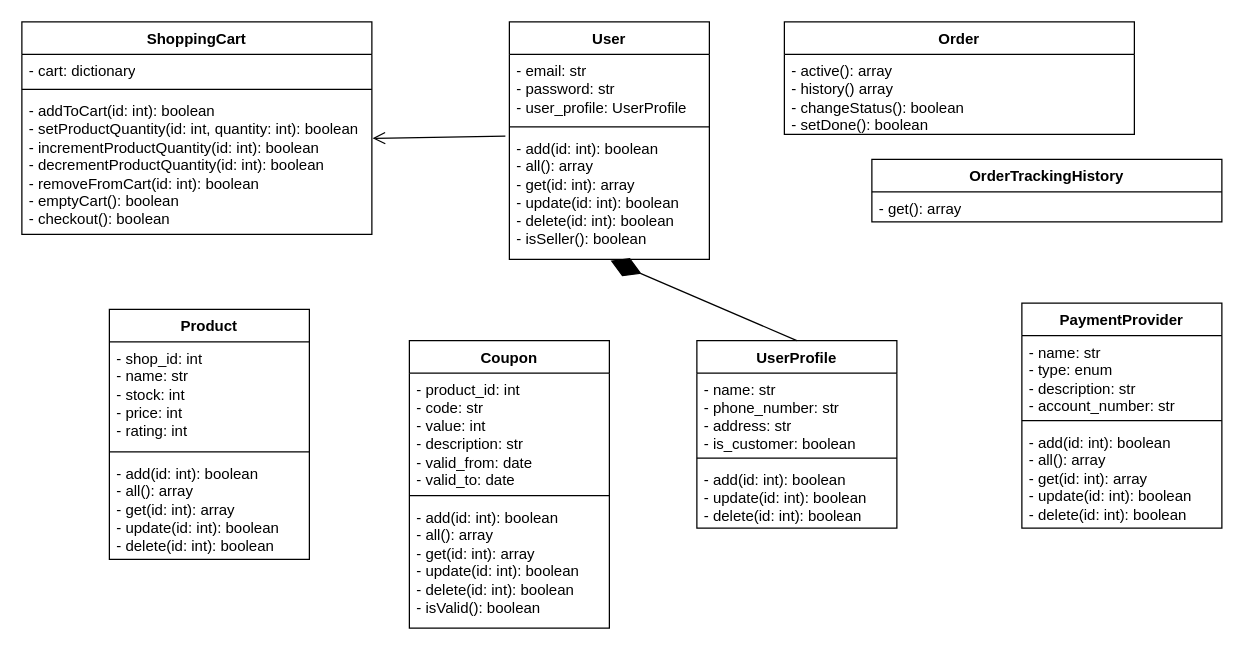
The draw.io diagram Class diagram.drawio in redorgs/luxe-crafted, before the edit. Source tidied: cells renumbered, new cells numbered last; positions are measured from the earlier drawing's top-left corner, leaving out a move shared by most shapes. Both pictures are drawn from the tidied source at 125%, with x=0, y=0 at pixel (21, 21).
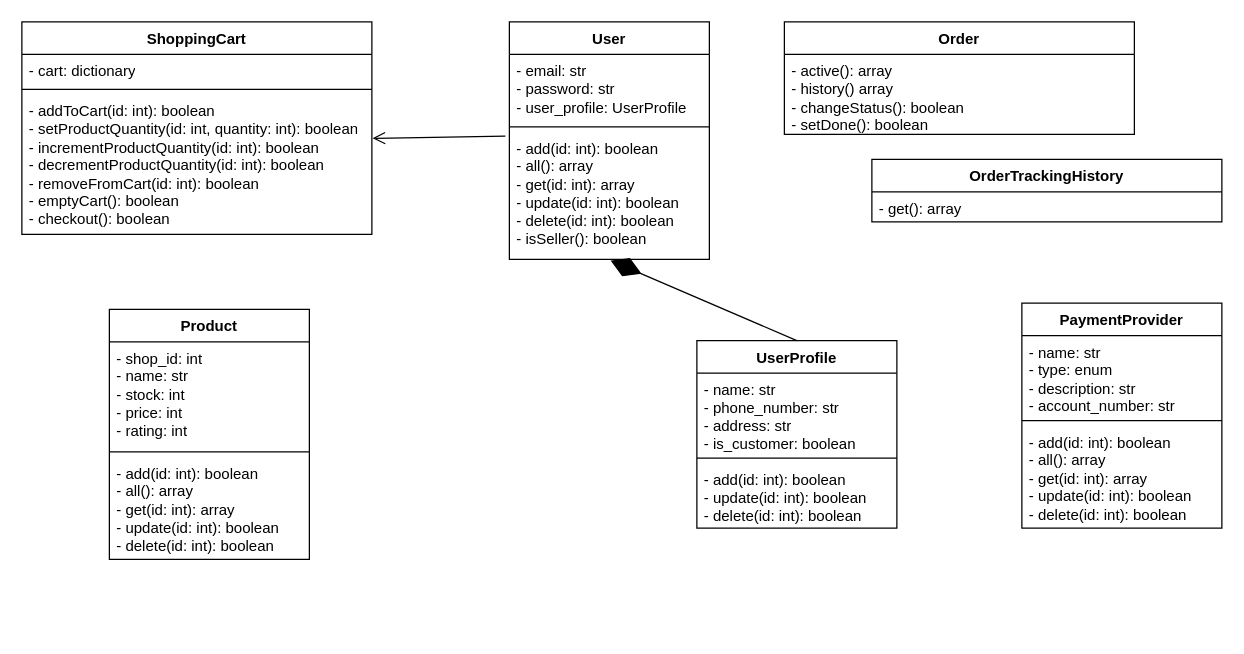
The same page after the edit.

Change to the diagram source:
```diff
@@
-    <mxCell id="28" value="Coupon" style="swimlane;fontStyle=1;align=center;verticalAlign=top;horizontal=1;startSize=26;whiteSpace=wrap;html=1;" parent="1" vertex="1">
-      <mxGeometry x="310" y="255" width="160" height="230" as="geometry" />
-    </mxCell>
-    <mxCell id="29" value="&lt;div&gt;- product_id: int&lt;/div&gt;&lt;div&gt;- code: str&lt;/div&gt;&lt;div&gt;- value: int&lt;/div&gt;&lt;div&gt;- description: str&lt;/div&gt;&lt;div&gt;- valid_from: date&lt;/div&gt;&lt;div&gt;- valid_to: date&lt;br&gt;&lt;/div&gt;" style="text;strokeColor=none;fillColor=none;align=left;verticalAlign=top;spacingLeft=4;spacingRight=4;overflow=hidden;whiteSpace=wrap;html=1;" parent="28" vertex="1">
-      <mxGeometry y="26" width="160" height="94" as="geometry" />
-    </mxCell>
-    <mxCell id="30" style="line;strokeWidth=1;fillColor=none;align=left;verticalAlign=middle;spacingTop=-1;spacingLeft=3;spacingRight=3;labelPosition=right;strokeColor=inherit;" parent="28" vertex="1">
-      <mxGeometry y="120" width="160" height="8" as="geometry" />
-    </mxCell>
-    <mxCell id="31" value="&lt;div&gt;- add(id: int): boolean&lt;/div&gt;&lt;div&gt;- all(): array&lt;/div&gt;&lt;div&gt;- get(id: int): array&lt;/div&gt;&lt;div&gt;- update(id: int): boolean&lt;/div&gt;&lt;div&gt;- delete(id: int): boolean&lt;br&gt;&lt;/div&gt;&lt;div&gt;- isValid(): boolean&lt;br&gt;&lt;/div&gt;" style="text;strokeColor=none;fillColor=none;align=left;verticalAlign=top;spacingLeft=4;spacingRight=4;overflow=hidden;whiteSpace=wrap;html=1;" parent="28" vertex="1">
-      <mxGeometry y="128" width="160" height="102" as="geometry" />
-    </mxCell>
```
